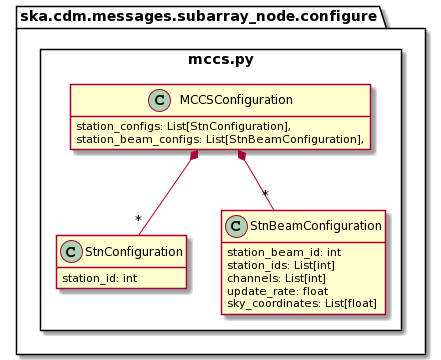
The PlantUML diagram docs/src/developer/subarraynode/mccs.png in ska-telescope/cdm-shared-library, before a commit.
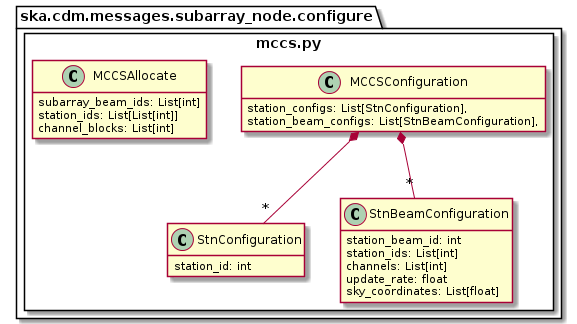
After the change.

The edit, as a diff of the source:
```diff
@@ -23,6 +23,12 @@
         MCCSConfiguration *-- "*" StnConfiguration
         MCCSConfiguration *-- "*" StnBeamConfiguration
 
+        class MCCSAllocate {
+            subarray_beam_ids: List[int]
+            station_ids: List[List[int]]
+            channel_blocks: List[int]
+        }
+
     }
 }
 @enduml
```
